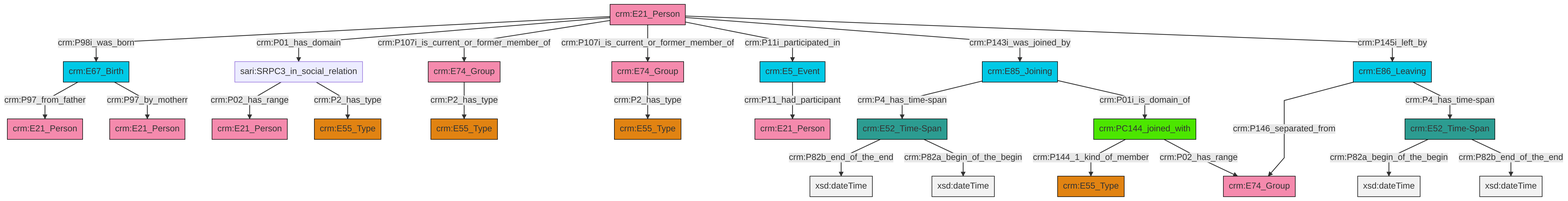
swiss-art-research-net/docs.swissartresearch keeps this Mermaid diagram as et/personCSV/ttl/mmd/png/Person_Actor_Relations.png. Above is the earlier version. Its source is kept beside it as et/personCSV/ttl/mmd/Person_Actor_Relations.ttl.mmd.
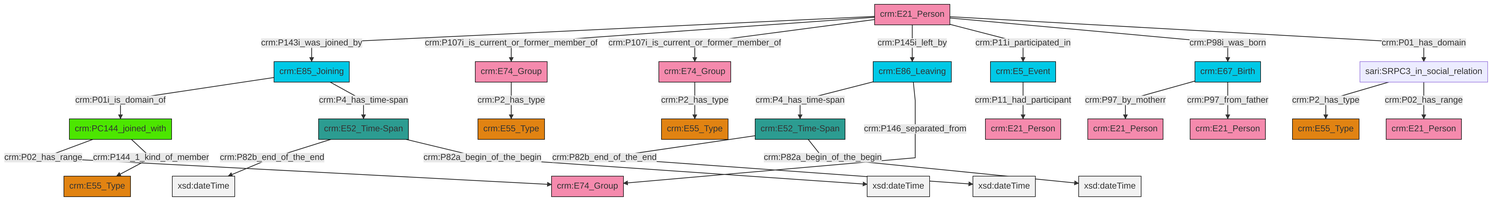
Above is the later version.

What changed in the source:
```diff
@@ -13,27 +13,27 @@
 classDef PC_Classes fill:#4ce600, stroke:#000000;
 classDef Multi fill:#cccccc,stroke:#000000;
 
-2["crm:E21_Person"]:::Actor -->|crm:P98i_was_born| 3["crm:E67_Birth"]:::Temporal_Entity
-3["crm:E67_Birth"]:::Temporal_Entity -->|crm:P97_from_father| 7["crm:E21_Person"]:::Actor
-0["crm:E52_Time-Span"]:::Time-Span -->|crm:P82a_begin_of_the_begin| 10[xsd:dateTime]:::Literal
-8["crm:E86_Leaving"]:::Temporal_Entity -->|crm:P146_separated_from| 15["crm:E74_Group"]:::Actor
-16["crm:E74_Group"]:::Actor -->|crm:P2_has_type| 17["crm:E55_Type"]:::Type
-20["crm:E5_Event"]:::Temporal_Entity -->|crm:P11_had_participant| 21["crm:E21_Person"]:::Actor
-25["crm:E52_Time-Span"]:::Time-Span -->|crm:P82b_end_of_the_end| 26[xsd:dateTime]:::Literal
-29["crm:PC144_joined_with"]:::PC_Classes -->|crm:P144_1_kind_of_member| 5["crm:E55_Type"]:::Type
-18["crm:E85_Joining"]:::Temporal_Entity -->|crm:P4_has_time-span| 25["crm:E52_Time-Span"]:::Time-Span
-3["crm:E67_Birth"]:::Temporal_Entity -->|crm:P97_by_motherr| 23["crm:E21_Person"]:::Actor
-2["crm:E21_Person"]:::Actor -->|crm:P01_has_domain| 30["sari:SRPC3_in_social_relation"]:::Default
-30["sari:SRPC3_in_social_relation"]:::Default -->|crm:P02_has_range| 27["crm:E21_Person"]:::Actor
-2["crm:E21_Person"]:::Actor -->|crm:P107i_is_current_or_former_member_of| 31["crm:E74_Group"]:::Actor
-8["crm:E86_Leaving"]:::Temporal_Entity -->|crm:P4_has_time-span| 0["crm:E52_Time-Span"]:::Time-Span
-25["crm:E52_Time-Span"]:::Time-Span -->|crm:P82a_begin_of_the_begin| 37[xsd:dateTime]:::Literal
-2["crm:E21_Person"]:::Actor -->|crm:P107i_is_current_or_former_member_of| 16["crm:E74_Group"]:::Actor
-2["crm:E21_Person"]:::Actor -->|crm:P11i_participated_in| 20["crm:E5_Event"]:::Temporal_Entity
-31["crm:E74_Group"]:::Actor -->|crm:P2_has_type| 13["crm:E55_Type"]:::Type
-2["crm:E21_Person"]:::Actor -->|crm:P143i_was_joined_by| 18["crm:E85_Joining"]:::Temporal_Entity
-0["crm:E52_Time-Span"]:::Time-Span -->|crm:P82b_end_of_the_end| 44[xsd:dateTime]:::Literal
-29["crm:PC144_joined_with"]:::PC_Classes -->|crm:P02_has_range| 15["crm:E74_Group"]:::Actor
-30["sari:SRPC3_in_social_relation"]:::Default -->|crm:P2_has_type| 11["crm:E55_Type"]:::Type
-2["crm:E21_Person"]:::Actor -->|crm:P145i_left_by| 8["crm:E86_Leaving"]:::Temporal_Entity
-18["crm:E85_Joining"]:::Temporal_Entity -->|crm:P01i_is_domain_of| 29["crm:PC144_joined_with"]:::PC_Classes
+0["crm:E21_Person"]:::Actor -->|crm:P143i_was_joined_by| 1["crm:E85_Joining"]:::Temporal_Entity
+0["crm:E21_Person"]:::Actor -->|crm:P107i_is_current_or_former_member_of| 10["crm:E74_Group"]:::Actor
+15["sari:SRPC3_in_social_relation"]:::Default -->|crm:P2_has_type| 13["crm:E55_Type"]:::Type
+0["crm:E21_Person"]:::Actor -->|crm:P107i_is_current_or_former_member_of| 18["crm:E74_Group"]:::Actor
+11["crm:E86_Leaving"]:::Temporal_Entity -->|crm:P4_has_time-span| 19["crm:E52_Time-Span"]:::Time-Span
+20["crm:E67_Birth"]:::Temporal_Entity -->|crm:P97_by_motherr| 21["crm:E21_Person"]:::Actor
+22["crm:E52_Time-Span"]:::Time-Span -->|crm:P82b_end_of_the_end| 24[xsd:dateTime]:::Literal
+18["crm:E74_Group"]:::Actor -->|crm:P2_has_type| 4["crm:E55_Type"]:::Type
+19["crm:E52_Time-Span"]:::Time-Span -->|crm:P82b_end_of_the_end| 30[xsd:dateTime]:::Literal
+11["crm:E86_Leaving"]:::Temporal_Entity -->|crm:P146_separated_from| 27["crm:E74_Group"]:::Actor
+6["crm:E5_Event"]:::Temporal_Entity -->|crm:P11_had_participant| 31["crm:E21_Person"]:::Actor
+32["crm:PC144_joined_with"]:::PC_Classes -->|crm:P02_has_range| 27["crm:E74_Group"]:::Actor
+1["crm:E85_Joining"]:::Temporal_Entity -->|crm:P01i_is_domain_of| 32["crm:PC144_joined_with"]:::PC_Classes
+0["crm:E21_Person"]:::Actor -->|crm:P145i_left_by| 11["crm:E86_Leaving"]:::Temporal_Entity
+15["sari:SRPC3_in_social_relation"]:::Default -->|crm:P02_has_range| 2["crm:E21_Person"]:::Actor
+19["crm:E52_Time-Span"]:::Time-Span -->|crm:P82a_begin_of_the_begin| 41[xsd:dateTime]:::Literal
+20["crm:E67_Birth"]:::Temporal_Entity -->|crm:P97_from_father| 8["crm:E21_Person"]:::Actor
+1["crm:E85_Joining"]:::Temporal_Entity -->|crm:P4_has_time-span| 22["crm:E52_Time-Span"]:::Time-Span
+0["crm:E21_Person"]:::Actor -->|crm:P11i_participated_in| 6["crm:E5_Event"]:::Temporal_Entity
+0["crm:E21_Person"]:::Actor -->|crm:P98i_was_born| 20["crm:E67_Birth"]:::Temporal_Entity
+0["crm:E21_Person"]:::Actor -->|crm:P01_has_domain| 15["sari:SRPC3_in_social_relation"]:::Default
+22["crm:E52_Time-Span"]:::Time-Span -->|crm:P82a_begin_of_the_begin| 43[xsd:dateTime]:::Literal
+32["crm:PC144_joined_with"]:::PC_Classes -->|crm:P144_1_kind_of_member| 16["crm:E55_Type"]:::Type
+10["crm:E74_Group"]:::Actor -->|crm:P2_has_type| 37["crm:E55_Type"]:::Type
```
